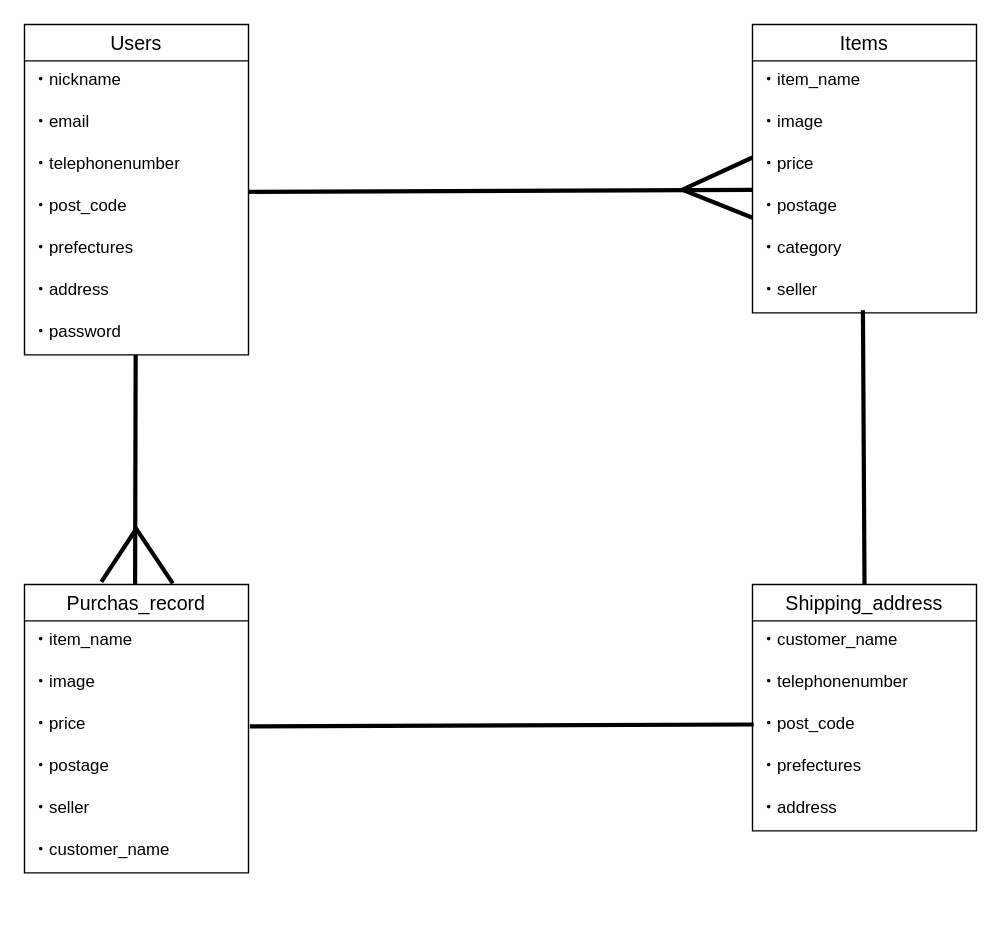
Earlier version of the draw.io diagram furima-40418.dio (Ryo390/furima-40148). Source tidied: cells renumbered, new cells numbered last; positions are measured from the earlier drawing's top-left corner, leaving out a move shared by most shapes. Both pictures are drawn from the tidied source at 140%, with x=0, y=0 at pixel (24, 24).
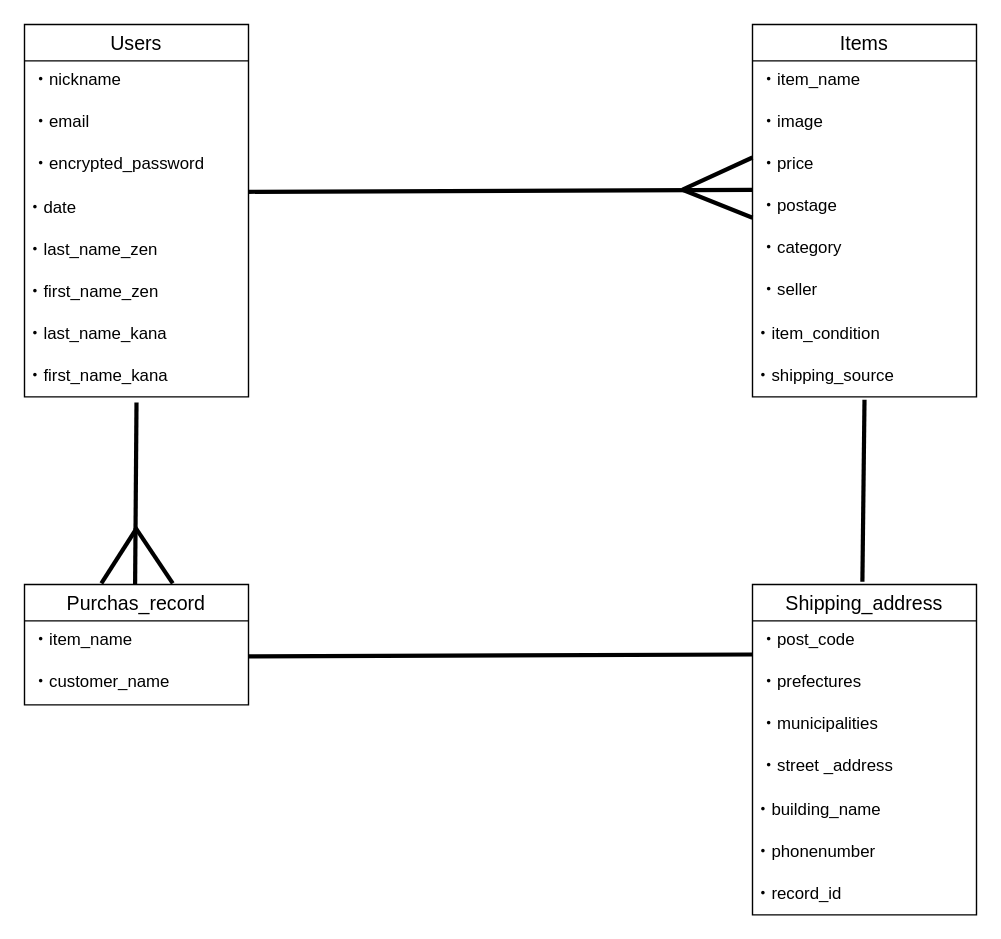
After the change.

Commit message (it also covers changes not shown here):
ER図・README訂正

Unchanged cells that the change refers to:
```xml
<mxCell id="23" value="・seller" style="text;strokeColor=none;fillColor=none;spacingLeft=4;spacingRight=4;overflow=hidden;points=[[0,0.5],[1,0.5]];portConstraint=eastwest;fontSize=12;" parent="17" vertex="1">
  <mxGeometry y="176" width="160" height="30" as="geometry" />
</mxCell>
```

Diff of the diagram source:
```diff
@@
     <mxCell id="2" value="Users" style="swimlane;fontStyle=0;horizontal=1;startSize=26;align=center;fontSize=14;" parent="1" vertex="1">
-      <mxGeometry width="160" height="236" as="geometry" />
+      <mxGeometry width="160" height="266" as="geometry" />
     </mxCell>
@@
-    <mxCell id="5" value="・telephonenumber" style="text;strokeColor=none;fillColor=none;spacingLeft=4;spacingRight=4;overflow=hidden;fontSize=12;" parent="2" vertex="1">
-      <mxGeometry y="86" width="160" height="30" as="geometry" />
-    </mxCell>
-    <mxCell id="6" value="・post_code" style="text;strokeColor=none;fillColor=none;spacingLeft=4;spacingRight=4;overflow=hidden;fontSize=12;" parent="2" vertex="1">
-      <mxGeometry y="116" width="160" height="30" as="geometry" />
-    </mxCell>
-    <mxCell id="7" value="・prefectures" style="text;strokeColor=none;fillColor=none;spacingLeft=4;spacingRight=4;overflow=hidden;fontSize=12;" parent="2" vertex="1">
-      <mxGeometry y="146" width="160" height="30" as="geometry" />
-    </mxCell>
-    <mxCell id="8" value="・address" style="text;strokeColor=none;fillColor=none;spacingLeft=4;spacingRight=4;overflow=hidden;fontSize=12;" parent="2" vertex="1">
-      <mxGeometry y="176" width="160" height="30" as="geometry" />
-    </mxCell>
-    <mxCell id="9" value="・password" style="text;strokeColor=none;fillColor=none;spacingLeft=4;spacingRight=4;overflow=hidden;fontSize=12;" parent="2" vertex="1">
-      <mxGeometry y="206" width="160" height="30" as="geometry" />
+    <mxCell id="9" value="・encrypted_password" style="text;strokeColor=none;fillColor=none;spacingLeft=4;spacingRight=4;overflow=hidden;fontSize=12;" parent="2" vertex="1">
+      <mxGeometry y="86" width="160" height="30" as="geometry" />
     </mxCell>
+    <mxCell id="42" value="・date" style="text;html=1;strokeColor=none;fillColor=none;align=left;verticalAlign=middle;whiteSpace=wrap;rounded=0;" parent="2" vertex="1">
+      <mxGeometry y="116" width="160" height="30" as="geometry" />
+    </mxCell>
+    <mxCell id="43" value="・last_name_zen" style="text;html=1;strokeColor=none;fillColor=none;align=left;verticalAlign=middle;whiteSpace=wrap;rounded=0;" parent="2" vertex="1">
+      <mxGeometry y="146" width="160" height="30" as="geometry" />
+    </mxCell>
+    <mxCell id="44" value="・first_name_zen" style="text;html=1;strokeColor=none;fillColor=none;align=left;verticalAlign=middle;whiteSpace=wrap;rounded=0;" parent="2" vertex="1">
+      <mxGeometry y="176" width="160" height="30" as="geometry" />
+    </mxCell>
+    <mxCell id="45" value="&lt;span style=&quot;&quot;&gt;・last_name_kana&lt;/span&gt;" style="text;html=1;strokeColor=none;fillColor=none;align=left;verticalAlign=middle;whiteSpace=wrap;rounded=0;" parent="2" vertex="1">
+      <mxGeometry y="206" width="160" height="30" as="geometry" />
+    </mxCell>
+    <mxCell id="46" value="&lt;span style=&quot;&quot;&gt;・first_name_kana&lt;/span&gt;" style="text;html=1;strokeColor=none;fillColor=none;align=left;verticalAlign=middle;whiteSpace=wrap;rounded=0;" parent="2" vertex="1">
+      <mxGeometry y="236" width="160" height="30" as="geometry" />
+    </mxCell>
     <mxCell id="10" value="Purchas_record" style="swimlane;fontStyle=0;horizontal=1;startSize=26;align=center;fontSize=14;" parent="1" vertex="1">
-      <mxGeometry y="400" width="160" height="206" as="geometry" />
+      <mxGeometry y="400" width="160" height="86" as="geometry" />
     </mxCell>
@@
-    <mxCell id="12" value="・image" style="text;strokeColor=none;fillColor=none;spacingLeft=4;spacingRight=4;overflow=hidden;fontSize=12;" parent="10" vertex="1">
-      <mxGeometry y="56" width="160" height="30" as="geometry" />
-    </mxCell>
-    <mxCell id="13" value="・price" style="text;strokeColor=none;fillColor=none;spacingLeft=4;spacingRight=4;overflow=hidden;fontSize=12;" parent="10" vertex="1">
-      <mxGeometry y="86" width="160" height="30" as="geometry" />
-    </mxCell>
-    <mxCell id="14" value="・postage" style="text;strokeColor=none;fillColor=none;spacingLeft=4;spacingRight=4;overflow=hidden;fontSize=12;" parent="10" vertex="1">
-      <mxGeometry y="116" width="160" height="30" as="geometry" />
-    </mxCell>
-    <mxCell id="15" value="・seller" style="text;strokeColor=none;fillColor=none;spacingLeft=4;spacingRight=4;overflow=hidden;fontSize=12;" parent="10" vertex="1">
-      <mxGeometry y="146" width="160" height="30" as="geometry" />
-    </mxCell>
     <mxCell id="16" value="・customer_name" style="text;strokeColor=none;fillColor=none;spacingLeft=4;spacingRight=4;overflow=hidden;fontSize=12;" parent="10" vertex="1">
-      <mxGeometry y="176" width="160" height="30" as="geometry" />
+      <mxGeometry y="56" width="160" height="30" as="geometry" />
     </mxCell>
     <mxCell id="17" value="Items" style="swimlane;fontStyle=0;horizontal=1;startSize=26;align=center;fontSize=14;" parent="1" vertex="1">
-      <mxGeometry x="520" width="160" height="206" as="geometry" />
+      <mxGeometry x="520" width="160" height="266" as="geometry" />
     </mxCell>
@@
+    <mxCell id="47" value="・item_condition" style="text;html=1;strokeColor=none;fillColor=none;align=left;verticalAlign=middle;whiteSpace=wrap;rounded=0;" parent="17" vertex="1">
+      <mxGeometry y="206" width="160" height="30" as="geometry" />
+    </mxCell>
+    <mxCell id="48" value="・shipping_source" style="text;html=1;strokeColor=none;fillColor=none;align=left;verticalAlign=middle;whiteSpace=wrap;rounded=0;" parent="17" vertex="1">
+      <mxGeometry y="236" width="160" height="30" as="geometry" />
+    </mxCell>
     <mxCell id="24" value="Shipping_address" style="swimlane;fontStyle=0;horizontal=1;startSize=26;align=center;fontSize=14;" parent="1" vertex="1">
-      <mxGeometry x="520" y="400" width="160" height="176" as="geometry" />
+      <mxGeometry x="520" y="400" width="160" height="236" as="geometry" />
     </mxCell>
-    <mxCell id="25" value="・customer_name" style="text;strokeColor=none;fillColor=none;spacingLeft=4;spacingRight=4;overflow=hidden;fontSize=12;" parent="24" vertex="1">
+    <mxCell id="25" value="・post_code" style="text;strokeColor=none;fillColor=none;spacingLeft=4;spacingRight=4;overflow=hidden;fontSize=12;" parent="24" vertex="1">
       <mxGeometry y="26" width="160" height="30" as="geometry" />
     </mxCell>
-    <mxCell id="26" value="・telephonenumber" style="text;strokeColor=none;fillColor=none;spacingLeft=4;spacingRight=4;overflow=hidden;fontSize=12;" parent="24" vertex="1">
+    <mxCell id="26" value="・prefectures" style="text;strokeColor=none;fillColor=none;spacingLeft=4;spacingRight=4;overflow=hidden;fontSize=12;" parent="24" vertex="1">
       <mxGeometry y="56" width="160" height="30" as="geometry" />
     </mxCell>
-    <mxCell id="27" value="・post_code" style="text;strokeColor=none;fillColor=none;spacingLeft=4;spacingRight=4;overflow=hidden;fontSize=12;" parent="24" vertex="1">
+    <mxCell id="27" value="・municipalities" style="text;strokeColor=none;fillColor=none;spacingLeft=4;spacingRight=4;overflow=hidden;fontSize=12;" parent="24" vertex="1">
       <mxGeometry y="86" width="160" height="30" as="geometry" />
     </mxCell>
-    <mxCell id="28" value="・prefectures" style="text;strokeColor=none;fillColor=none;spacingLeft=4;spacingRight=4;overflow=hidden;fontSize=12;" parent="24" vertex="1">
+    <mxCell id="28" value="・street _address" style="text;strokeColor=none;fillColor=none;spacingLeft=4;spacingRight=4;overflow=hidden;fontSize=12;" parent="24" vertex="1">
       <mxGeometry y="116" width="160" height="30" as="geometry" />
     </mxCell>
-    <mxCell id="29" value="・address" style="text;strokeColor=none;fillColor=none;spacingLeft=4;spacingRight=4;overflow=hidden;fontSize=12;" parent="24" vertex="1">
-      <mxGeometry y="146" width="160" height="30" as="geometry" />
-    </mxCell>
+    <mxCell id="49" value="&lt;div style=&quot;&quot;&gt;・building_name&lt;/div&gt;" style="text;html=1;strokeColor=none;fillColor=none;align=left;verticalAlign=middle;whiteSpace=wrap;rounded=0;" parent="24" vertex="1">
+      <mxGeometry y="146" width="160" height="30" as="geometry" />
+    </mxCell>
+    <mxCell id="50" value="&lt;span style=&quot;&quot;&gt;・phonenumber&lt;/span&gt;" style="text;html=1;strokeColor=none;fillColor=none;align=left;verticalAlign=middle;whiteSpace=wrap;rounded=0;" parent="24" vertex="1">
+      <mxGeometry y="176" width="160" height="30" as="geometry" />
+    </mxCell>
+    <mxCell id="51" value="・record_id" style="text;html=1;strokeColor=none;fillColor=none;align=left;verticalAlign=middle;whiteSpace=wrap;rounded=0;" parent="24" vertex="1">
+      <mxGeometry y="206" width="160" height="30" as="geometry" />
+    </mxCell>
@@
     <mxCell id="35" style="endArrow=none;html=1;rounded=0;strokeColor=default;strokeWidth=3;entryX=-0.001;entryY=0.072;entryDx=0;entryDy=0;entryPerimeter=0;" parent="1" edge="1">
       <mxGeometry relative="1" as="geometry">
-        <mxPoint x="161" y="501.3" as="sourcePoint" />
-        <mxPoint x="520.8" y="500" as="targetPoint" />
+        <mxPoint x="160.2" y="451.3" as="sourcePoint" />
+        <mxPoint x="520" y="450" as="targetPoint" />
       </mxGeometry>
     </mxCell>
-    <mxCell id="36" style="endArrow=none;html=1;rounded=0;strokeColor=default;strokeWidth=3;entryX=0.493;entryY=0.939;entryDx=0;entryDy=0;entryPerimeter=0;exitX=0.5;exitY=0;exitDx=0;exitDy=0;" parent="1" edge="1" source="24" target="23">
-      <mxGeometry relative="1" as="geometry" />
-    </mxCell>
-    <mxCell id="37" style="endArrow=none;html=1;rounded=0;strokeColor=default;strokeWidth=3;entryX=0.493;entryY=0.939;entryDx=0;entryDy=0;entryPerimeter=0;" parent="1" edge="1">
+    <mxCell id="37" style="endArrow=none;html=1;rounded=0;strokeColor=default;strokeWidth=3;" parent="1" edge="1">
       <mxGeometry relative="1" as="geometry">
         <mxPoint x="79" y="400" as="sourcePoint" />
-        <mxPoint x="79.4" y="236" as="targetPoint" />
+        <mxPoint x="80" y="270" as="targetPoint" />
       </mxGeometry>
     </mxCell>
@@
+    <mxCell id="52" style="endArrow=none;html=1;rounded=0;strokeColor=default;strokeWidth=3;" parent="1" edge="1">
+      <mxGeometry relative="1" as="geometry">
+        <mxPoint x="598.5" y="398" as="sourcePoint" />
+        <mxPoint x="600" y="268" as="targetPoint" />
+      </mxGeometry>
+    </mxCell>
```
